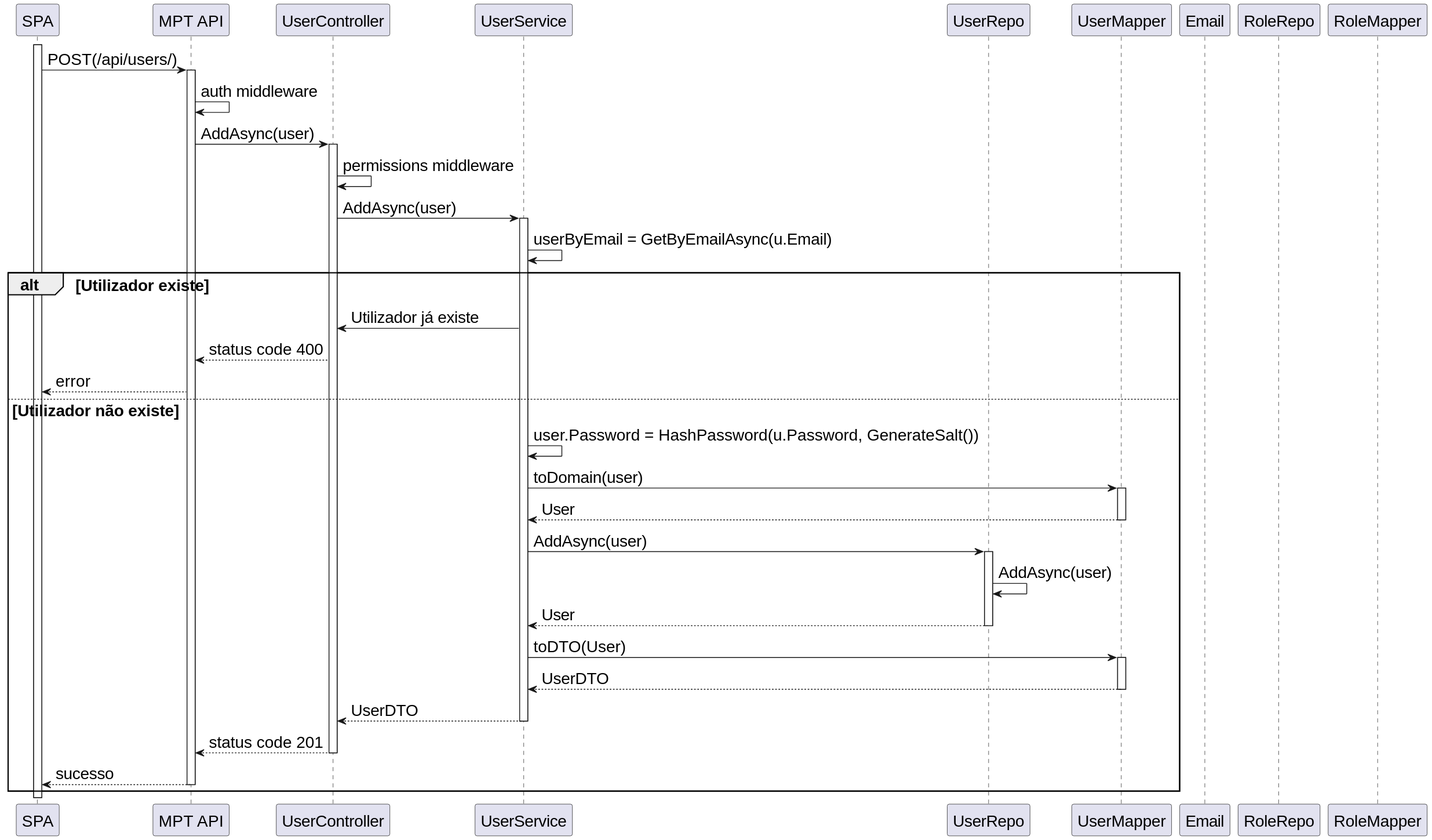
ruben1132/PI5_23-24 keeps this PlantUML diagram as docs/SprintC/nivel3/mpt/N3_US20-70.svg. Above is the earlier version.
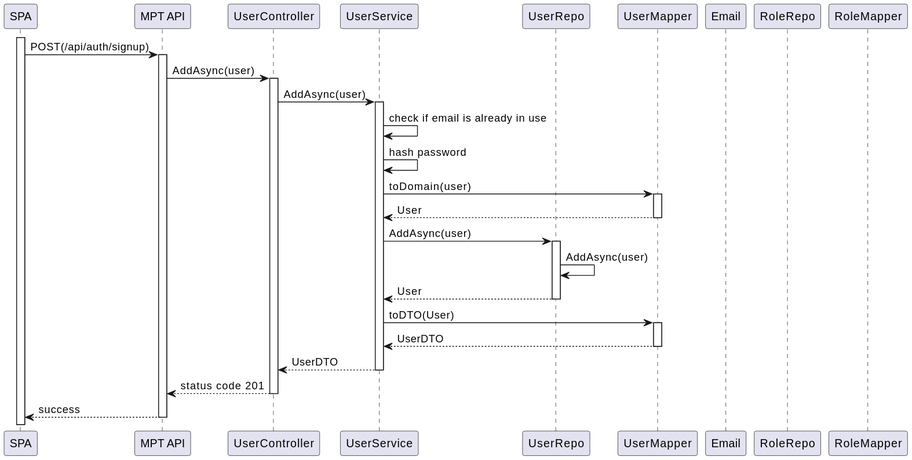
The same diagram one commit later.

The edit, as a diff of the source:
```diff
@@ -1,5 +1,4 @@
 @startuml
-skinparamlocked defaultFontSize 20
 participant SPA
 participant "MPT API" as API
 participant "UserController" as Ctrl
@@ -11,51 +10,45 @@
 participant "RoleMapper" as rm
 
 activate SPA
-SPA -> API: POST(/api/users/)
+SPA -> API: POST(/api/auth/signup)
 activate API
 
-API -> API: auth middleware
+
 API -> Ctrl: AddAsync(user)
 activate Ctrl
 
-Ctrl -> Ctrl: permissions middleware
 Ctrl -> Srv: AddAsync(user)
 activate Srv
 
-Srv -> Srv: userByEmail = GetByEmailAsync(u.Email)
+Srv -> Srv: check if email is already in use
 
-alt Utilizador existe
-    Srv -> Ctrl: Utilizador já existe
-    Ctrl --> API: status code 400
-    API --> SPA: error
-else Utilizador não existe
+Srv -> Srv: hash password
 
-    Srv -> Srv: user.Password = HashPassword(u.Password, GenerateSalt())
+Srv -> Map: toDomain(user)
+activate Map
+Map --> Srv: User
+deactivate Map
 
-    Srv -> Map: toDomain(user)
-    activate Map
-    Map --> Srv: User
-    deactivate Map
+Srv -> Repo: AddAsync(user)
+activate Repo
+Repo -> Repo: AddAsync(user)
+Repo --> Srv: User
+deactivate Repo
 
-    Srv -> Repo: AddAsync(user)
-    activate Repo
-    Repo -> Repo: AddAsync(user)
-    Repo --> Srv: User
-    deactivate Repo
+Srv -> Map: toDTO(User)
+activate Map
+Map --> Srv: UserDTO
+deactivate Map
 
-    Srv -> Map: toDTO(User)
-    activate Map
-    Map --> Srv: UserDTO
-    deactivate Map
+Srv --> Ctrl: UserDTO
+deactivate Srv
 
-    Srv --> Ctrl: UserDTO
-    deactivate Srv
+Ctrl --> API: status code 201
+deactivate Ctrl
 
-    Ctrl --> API: status code 201
-    deactivate Ctrl
+API --> SPA: success
+deactivate API
 
-    API --> SPA: sucesso
-    deactivate API
 
-end
+
 @enduml
```
